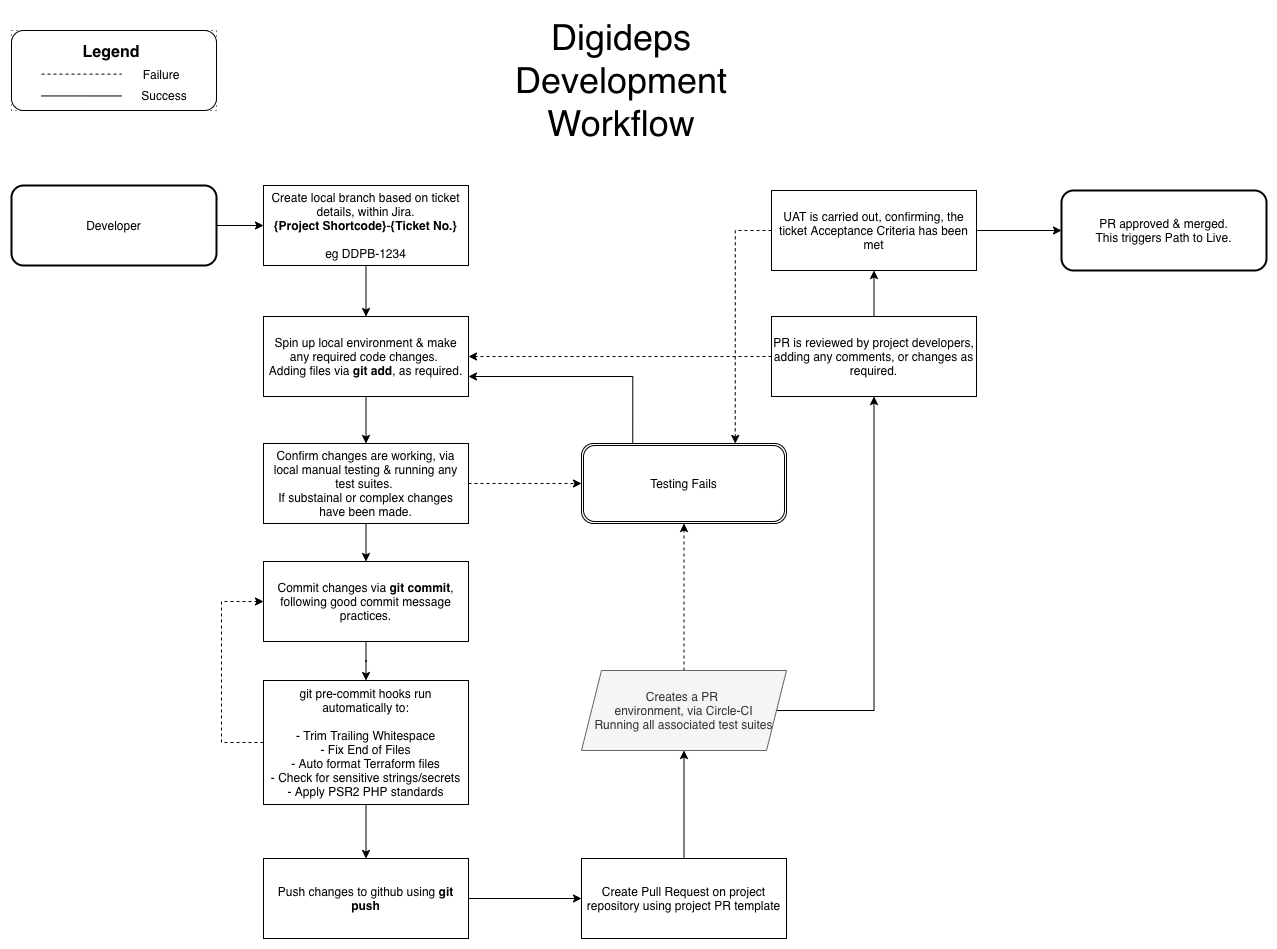
Earlier version of the draw.io export docs/Digideps dev flow.png (ministryofjustice/opg-digideps). Source tidied: cells renumbered, new cells last; positions are measured from the earlier drawing's top-left corner, leaving out a move shared by most shapes. Source of this version:
```xml
<mxGraphModel>
  <root>
    <mxCell id="0" />
    <mxCell id="1" parent="0" />
    <mxCell id="2" style="edgeStyle=orthogonalEdgeStyle;rounded=0;jettySize=auto;html=1;" parent="1" edge="1" source="3" target="5">
      <mxGeometry relative="1" as="geometry" />
    </mxCell>
    <mxCell id="3" value="&lt;div&gt;Developer&lt;/div&gt;" style="rounded=1;whiteSpace=wrap;html=1;strokeWidth=2;" parent="1" vertex="1">
      <mxGeometry y="175" width="205" height="80" as="geometry" />
    </mxCell>
    <mxCell id="4" style="edgeStyle=orthogonalEdgeStyle;rounded=0;jettySize=auto;html=1;" parent="1" edge="1" source="5" target="7">
      <mxGeometry relative="1" as="geometry" />
    </mxCell>
    <mxCell id="5" value="&lt;div&gt;Create local branch based on ticket details, within Jira.&lt;br&gt;&lt;/div&gt;&lt;div&gt;&lt;b&gt;{Project Shortcode}&lt;/b&gt;-&lt;b&gt;{Ticket No.}&lt;/b&gt;&lt;br&gt;&lt;br&gt;eg DDPB-1234&lt;br&gt;&lt;/div&gt;" style="rounded=0;whiteSpace=wrap;html=1;" parent="1" vertex="1">
      <mxGeometry x="252" y="175" width="205" height="80" as="geometry" />
    </mxCell>
    <mxCell id="6" style="edgeStyle=orthogonalEdgeStyle;rounded=0;jettySize=auto;html=1;" parent="1" edge="1" source="7" target="10">
      <mxGeometry relative="1" as="geometry" />
    </mxCell>
    <mxCell id="7" value="&lt;div&gt;Spin up local environment &amp;amp; make any required code changes. &lt;br&gt;&lt;/div&gt;&lt;div&gt;Adding files via &lt;b&gt;git add&lt;/b&gt;, as required. &lt;/div&gt;" style="rounded=0;whiteSpace=wrap;html=1;" parent="1" vertex="1">
      <mxGeometry x="252" y="306" width="205" height="80" as="geometry" />
    </mxCell>
    <mxCell id="8" style="edgeStyle=orthogonalEdgeStyle;rounded=0;jettySize=auto;html=1;dashed=1;" parent="1" edge="1" source="10" target="14">
      <mxGeometry relative="1" as="geometry" />
    </mxCell>
    <mxCell id="9" style="edgeStyle=orthogonalEdgeStyle;rounded=0;jettySize=auto;html=1;exitX=0.5;exitY=1;exitDx=0;exitDy=0;entryX=0.5;entryY=0;entryDx=0;entryDy=0;" parent="1" edge="1" source="10" target="12">
      <mxGeometry relative="1" as="geometry" />
    </mxCell>
    <mxCell id="10" value="&lt;div&gt;&lt;br&gt;&lt;/div&gt;&lt;div&gt;Confirm changes are working, via local manual testing &amp;amp; running any test suites. &lt;br&gt;&lt;/div&gt;&lt;div&gt;If substainal or complex changes have been made.&lt;/div&gt;&lt;div&gt;&lt;br&gt;&lt;/div&gt;" style="rounded=0;whiteSpace=wrap;html=1;" parent="1" vertex="1">
      <mxGeometry x="252" y="433" width="205" height="80" as="geometry" />
    </mxCell>
    <mxCell id="11" style="edgeStyle=orthogonalEdgeStyle;rounded=0;jettySize=auto;html=1;" parent="1" edge="1" source="12" target="29">
      <mxGeometry relative="1" as="geometry" />
    </mxCell>
    <mxCell id="12" value="Commit changes via &lt;b&gt;git commit&lt;/b&gt;, following good commit message practices." style="rounded=0;whiteSpace=wrap;html=1;" parent="1" vertex="1">
      <mxGeometry x="252" y="551" width="205" height="80" as="geometry" />
    </mxCell>
    <mxCell id="13" style="edgeStyle=orthogonalEdgeStyle;rounded=0;jettySize=auto;html=1;exitX=0.25;exitY=0;exitDx=0;exitDy=0;entryX=1;entryY=0.75;entryDx=0;entryDy=0;fontSize=36;" parent="1" edge="1" source="14" target="7">
      <mxGeometry relative="1" as="geometry" />
    </mxCell>
    <mxCell id="14" value="&lt;div&gt;Testing Fails&lt;/div&gt;" style="shape=ext;rounded=1;html=1;whiteSpace=wrap;double=1;" parent="1" vertex="1">
      <mxGeometry x="570" y="433" width="205" height="80" as="geometry" />
    </mxCell>
    <mxCell id="15" style="edgeStyle=orthogonalEdgeStyle;rounded=0;jettySize=auto;html=1;" parent="1" edge="1" source="16" target="19">
      <mxGeometry relative="1" as="geometry" />
    </mxCell>
    <mxCell id="16" value="&lt;div&gt;&lt;span&gt;&lt;br&gt;&lt;/span&gt;&lt;/div&gt;&lt;div&gt;&lt;span&gt;Create Pull Request on project repository u&lt;/span&gt;&lt;span&gt;sing project PR template&lt;/span&gt;&lt;br&gt;&lt;/div&gt;&lt;div&gt;&lt;br&gt;&lt;/div&gt;" style="whiteSpace=wrap;html=1;rounded=0;" parent="1" vertex="1">
      <mxGeometry x="570" y="848" width="205" height="80" as="geometry" />
    </mxCell>
    <mxCell id="17" style="edgeStyle=orthogonalEdgeStyle;rounded=0;jettySize=auto;html=1;exitX=0.5;exitY=0;exitDx=0;exitDy=0;entryX=0.5;entryY=1;entryDx=0;entryDy=0;fontSize=36;dashed=1;" parent="1" edge="1" source="19" target="14">
      <mxGeometry relative="1" as="geometry" />
    </mxCell>
    <mxCell id="18" style="edgeStyle=orthogonalEdgeStyle;rounded=0;jettySize=auto;html=1;exitX=1;exitY=0.5;exitDx=0;exitDy=0;entryX=0.5;entryY=1;entryDx=0;entryDy=0;fontSize=36;" parent="1" edge="1" source="19" target="25">
      <mxGeometry relative="1" as="geometry">
        <Array as="points">
          <mxPoint x="863" y="700" />
        </Array>
      </mxGeometry>
    </mxCell>
    <mxCell id="19" value="&lt;div&gt;Creates a PR &lt;br&gt;&lt;/div&gt;&lt;div&gt;environment, via Circle-CI&lt;/div&gt;&lt;div&gt;Running all associated test suites&lt;br&gt;&lt;/div&gt;" style="shape=parallelogram;perimeter=parallelogramPerimeter;whiteSpace=wrap;html=1;fixedSize=1;align=center;fillColor=#f5f5f5;strokeColor=#666666;fontColor=#333333;" parent="1" vertex="1">
      <mxGeometry x="570" y="660" width="205" height="80" as="geometry" />
    </mxCell>
    <mxCell id="20" style="edgeStyle=orthogonalEdgeStyle;rounded=0;jettySize=auto;html=1;exitX=0;exitY=0.5;exitDx=0;exitDy=0;entryX=0.75;entryY=0;entryDx=0;entryDy=0;dashed=1;fontSize=36;" parent="1" edge="1" source="22" target="14">
      <mxGeometry relative="1" as="geometry" />
    </mxCell>
    <mxCell id="21" style="edgeStyle=orthogonalEdgeStyle;rounded=0;jettySize=auto;html=1;fontSize=36;" parent="1" edge="1" source="22" target="26">
      <mxGeometry relative="1" as="geometry" />
    </mxCell>
    <mxCell id="22" value="UAT is carried out, confirming, the ticket Acceptance Criteria has been met" style="rounded=0;whiteSpace=wrap;html=1;align=center;" parent="1" vertex="1">
      <mxGeometry x="760" y="180" width="205" height="80" as="geometry" />
    </mxCell>
    <mxCell id="23" style="edgeStyle=orthogonalEdgeStyle;rounded=0;jettySize=auto;html=1;fontSize=36;" parent="1" edge="1" source="25" target="22">
      <mxGeometry relative="1" as="geometry" />
    </mxCell>
    <mxCell id="24" style="edgeStyle=orthogonalEdgeStyle;rounded=0;jettySize=auto;html=1;exitX=0;exitY=0.5;exitDx=0;exitDy=0;entryX=1;entryY=0.5;entryDx=0;entryDy=0;dashed=1;fontSize=36;" parent="1" edge="1" source="25" target="7">
      <mxGeometry relative="1" as="geometry" />
    </mxCell>
    <mxCell id="25" value="&lt;div&gt;PR is reviewed by project developers, adding any comments, or changes as required.&lt;/div&gt;" style="rounded=0;whiteSpace=wrap;html=1;align=center;" parent="1" vertex="1">
      <mxGeometry x="760" y="306" width="205" height="80" as="geometry" />
    </mxCell>
    <mxCell id="26" value="&lt;div&gt;PR approved &amp;amp; merged.&lt;/div&gt;&lt;div&gt;This triggers Path to Live.&lt;br&gt;&lt;/div&gt;" style="rounded=1;whiteSpace=wrap;html=1;align=center;strokeWidth=2;" parent="1" vertex="1">
      <mxGeometry x="1050" y="180" width="205" height="80" as="geometry" />
    </mxCell>
    <mxCell id="27" style="edgeStyle=orthogonalEdgeStyle;rounded=0;jettySize=auto;html=1;" parent="1" edge="1" source="29" target="31">
      <mxGeometry relative="1" as="geometry" />
    </mxCell>
    <mxCell id="28" style="edgeStyle=orthogonalEdgeStyle;rounded=0;jettySize=auto;html=1;exitX=0;exitY=0.5;exitDx=0;exitDy=0;entryX=0;entryY=0.5;entryDx=0;entryDy=0;dashed=1;fontSize=36;" parent="1" edge="1" source="29" target="12">
      <mxGeometry relative="1" as="geometry">
        <Array as="points">
          <mxPoint x="210" y="732" />
          <mxPoint x="210" y="591" />
        </Array>
      </mxGeometry>
    </mxCell>
    <mxCell id="29" value="&lt;div&gt;git pre-commit hooks run automatically to:&lt;/div&gt;&lt;div&gt;&lt;span&gt;&lt;br&gt;&lt;/span&gt;&lt;/div&gt;&lt;div&gt;&lt;span&gt;-&amp;nbsp;Trim Trailing Whitespace&lt;/span&gt;&lt;/div&gt;&lt;div&gt;-&amp;nbsp;Fix End of Files&lt;/div&gt;&lt;div&gt;- Auto format Terraform files&lt;/div&gt;&lt;div&gt;- Check for sensitive strings/secrets&lt;br&gt;- Apply PSR2 PHP standards&lt;/div&gt;" style="rounded=0;whiteSpace=wrap;html=1;" parent="1" vertex="1">
      <mxGeometry x="252" y="670" width="205" height="124" as="geometry" />
    </mxCell>
    <mxCell id="30" style="edgeStyle=orthogonalEdgeStyle;rounded=0;jettySize=auto;html=1;exitX=1;exitY=0.5;exitDx=0;exitDy=0;entryX=0;entryY=0.5;entryDx=0;entryDy=0;" parent="1" edge="1" source="31" target="16">
      <mxGeometry relative="1" as="geometry" />
    </mxCell>
    <mxCell id="31" value="Push changes to github using &lt;b&gt;git push&lt;/b&gt;" style="rounded=0;whiteSpace=wrap;html=1;" parent="1" vertex="1">
      <mxGeometry x="252" y="848" width="205" height="80" as="geometry" />
    </mxCell>
    <mxCell id="32" value="Digideps Development Workflow" style="text;html=1;strokeColor=none;fillColor=none;align=center;verticalAlign=middle;whiteSpace=wrap;rounded=0;fontSize=36;" parent="1" vertex="1">
      <mxGeometry x="490" width="240" height="140" as="geometry" />
    </mxCell>
    <mxCell id="33" style="group;dashed=1;dashPattern=1 4;strokeColor=#000000;glass=0;shadow=0;" parent="1" vertex="1">
      <mxGeometry y="20" width="205" height="80" as="geometry" />
    </mxCell>
    <mxCell id="34" style="rounded=1;whiteSpace=wrap;html=1;fontSize=36;" parent="33" vertex="1">
      <mxGeometry width="205" height="80" as="geometry" />
    </mxCell>
    <mxCell id="35" style="endArrow=none;dashed=1;html=1;" parent="33" edge="1">
      <mxGeometry relative="1" as="geometry">
        <mxPoint x="30" y="43.6" as="sourcePoint" />
        <mxPoint x="110" y="43.6" as="targetPoint" />
      </mxGeometry>
    </mxCell>
    <mxCell id="36" style="endArrow=none;html=1;" parent="33" edge="1">
      <mxGeometry relative="1" as="geometry">
        <mxPoint x="30" y="65.5" as="sourcePoint" />
        <mxPoint x="110" y="65.5" as="targetPoint" />
      </mxGeometry>
    </mxCell>
    <mxCell id="37" value="&lt;div&gt;Success&lt;/div&gt;" style="text;html=1;strokeColor=none;fillColor=none;align=center;verticalAlign=middle;whiteSpace=wrap;rounded=0;" parent="33" vertex="1">
      <mxGeometry x="133" y="58.2" width="40" height="14.5" as="geometry" />
    </mxCell>
    <mxCell id="38" value="Failure" style="text;html=1;strokeColor=none;fillColor=none;align=center;verticalAlign=middle;whiteSpace=wrap;rounded=0;" parent="33" vertex="1">
      <mxGeometry x="130" y="36.4" width="40" height="14.5" as="geometry" />
    </mxCell>
    <mxCell id="39" value="&lt;b&gt;&lt;font style=&quot;font-size: 16px&quot;&gt;Legend&lt;/font&gt;&lt;/b&gt;" style="text;html=1;strokeColor=none;fillColor=none;align=center;verticalAlign=middle;whiteSpace=wrap;rounded=0;" parent="33" vertex="1">
      <mxGeometry x="80" y="14.5" width="40" height="14.5" as="geometry" />
    </mxCell>
  </root>
</mxGraphModel>
```
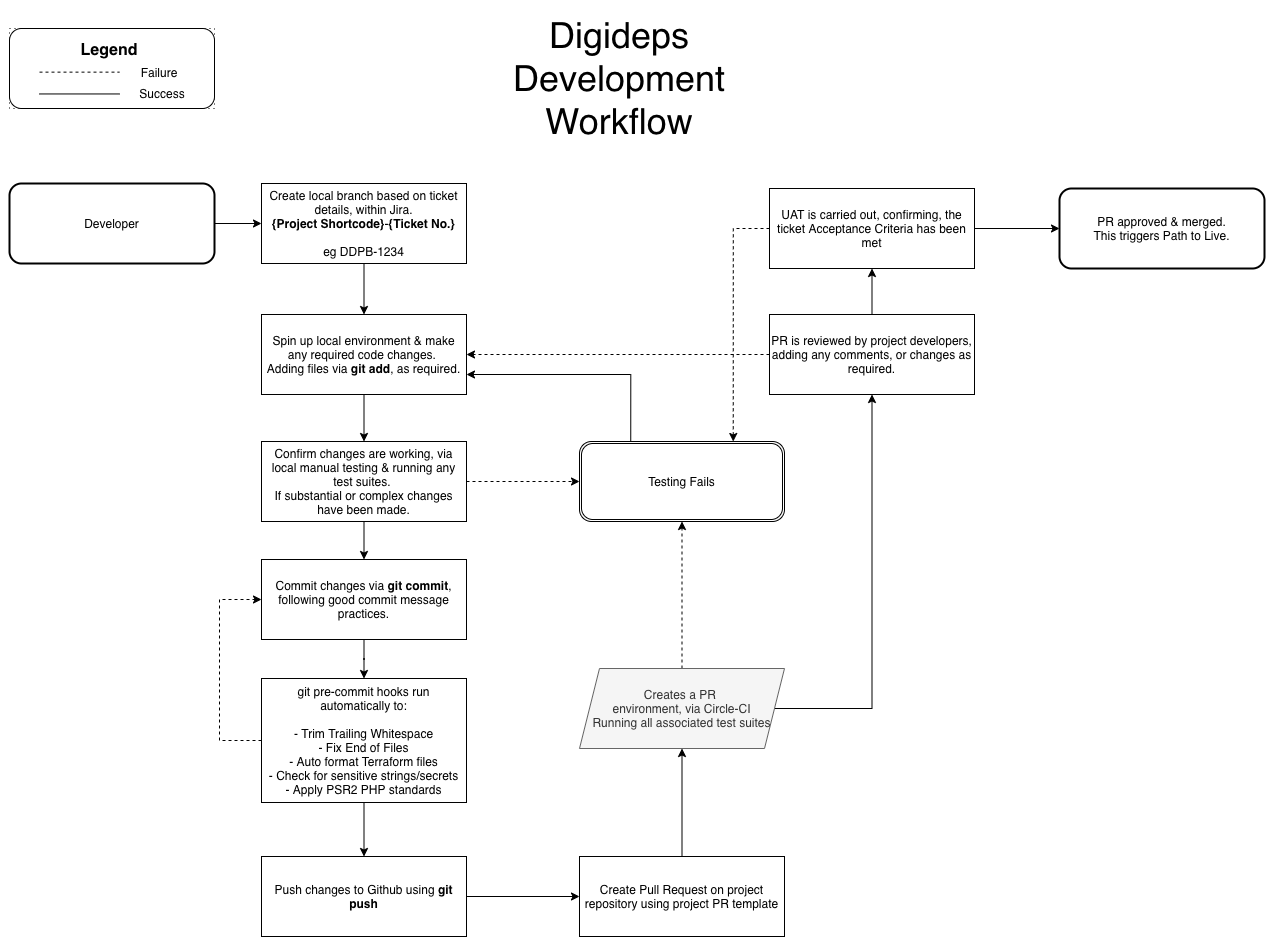
After the change.

The edit, as a diff of the source:
```diff
@@ -26,7 +26,7 @@
     <mxCell id="9" style="edgeStyle=orthogonalEdgeStyle;rounded=0;jettySize=auto;html=1;exitX=0.5;exitY=1;exitDx=0;exitDy=0;entryX=0.5;entryY=0;entryDx=0;entryDy=0;" parent="1" edge="1" source="10" target="12">
       <mxGeometry relative="1" as="geometry" />
     </mxCell>
-    <mxCell id="10" value="&lt;div&gt;&lt;br&gt;&lt;/div&gt;&lt;div&gt;Confirm changes are working, via local manual testing &amp;amp; running any test suites. &lt;br&gt;&lt;/div&gt;&lt;div&gt;If substainal or complex changes have been made.&lt;/div&gt;&lt;div&gt;&lt;br&gt;&lt;/div&gt;" style="rounded=0;whiteSpace=wrap;html=1;" parent="1" vertex="1">
+    <mxCell id="10" value="&lt;div&gt;&lt;br&gt;&lt;/div&gt;&lt;div&gt;Confirm changes are working, via local manual testing &amp;amp; running any test suites. &lt;br&gt;&lt;/div&gt;&lt;div&gt;If substantial or complex changes have been made.&lt;/div&gt;&lt;div&gt;&lt;br&gt;&lt;/div&gt;" style="rounded=0;whiteSpace=wrap;html=1;" parent="1" vertex="1">
       <mxGeometry x="252" y="433" width="205" height="80" as="geometry" />
     </mxCell>
     <mxCell id="11" style="edgeStyle=orthogonalEdgeStyle;rounded=0;jettySize=auto;html=1;" parent="1" edge="1" source="12" target="29">
@@ -98,7 +98,7 @@
     <mxCell id="30" style="edgeStyle=orthogonalEdgeStyle;rounded=0;jettySize=auto;html=1;exitX=1;exitY=0.5;exitDx=0;exitDy=0;entryX=0;entryY=0.5;entryDx=0;entryDy=0;" parent="1" edge="1" source="31" target="16">
       <mxGeometry relative="1" as="geometry" />
     </mxCell>
-    <mxCell id="31" value="Push changes to github using &lt;b&gt;git push&lt;/b&gt;" style="rounded=0;whiteSpace=wrap;html=1;" parent="1" vertex="1">
+    <mxCell id="31" value="Push changes to Github using &lt;b&gt;git push&lt;/b&gt;" style="rounded=0;whiteSpace=wrap;html=1;" parent="1" vertex="1">
       <mxGeometry x="252" y="848" width="205" height="80" as="geometry" />
     </mxCell>
     <mxCell id="32" value="Digideps Development Workflow" style="text;html=1;strokeColor=none;fillColor=none;align=center;verticalAlign=middle;whiteSpace=wrap;rounded=0;fontSize=36;" parent="1" vertex="1">
```
